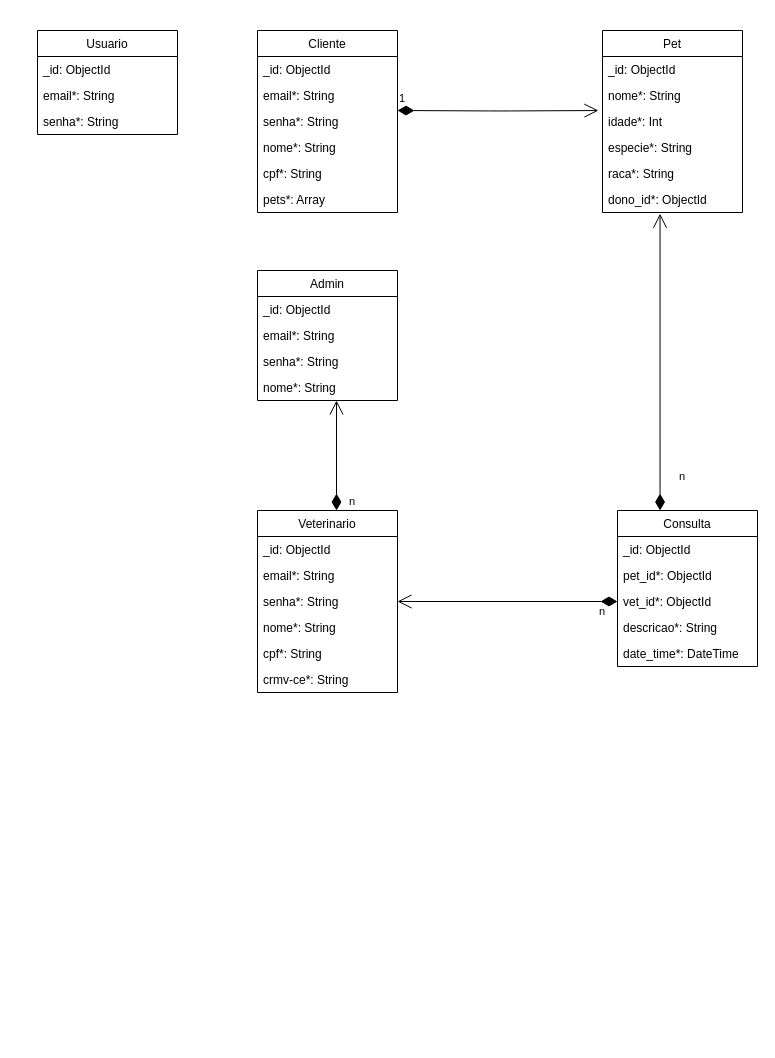
FatecFranca/DSM-G03-PI3-2023-1 keeps this draw.io diagram as noam.drawio. Above is the earlier version. Source tidied: cells renumbered, new cells numbered last; positions are measured from the earlier drawing's top-left corner, leaving out a move shared by most shapes. Both pictures are drawn from the tidied source at 100%, with x=0, y=0 at pixel (37, 30).
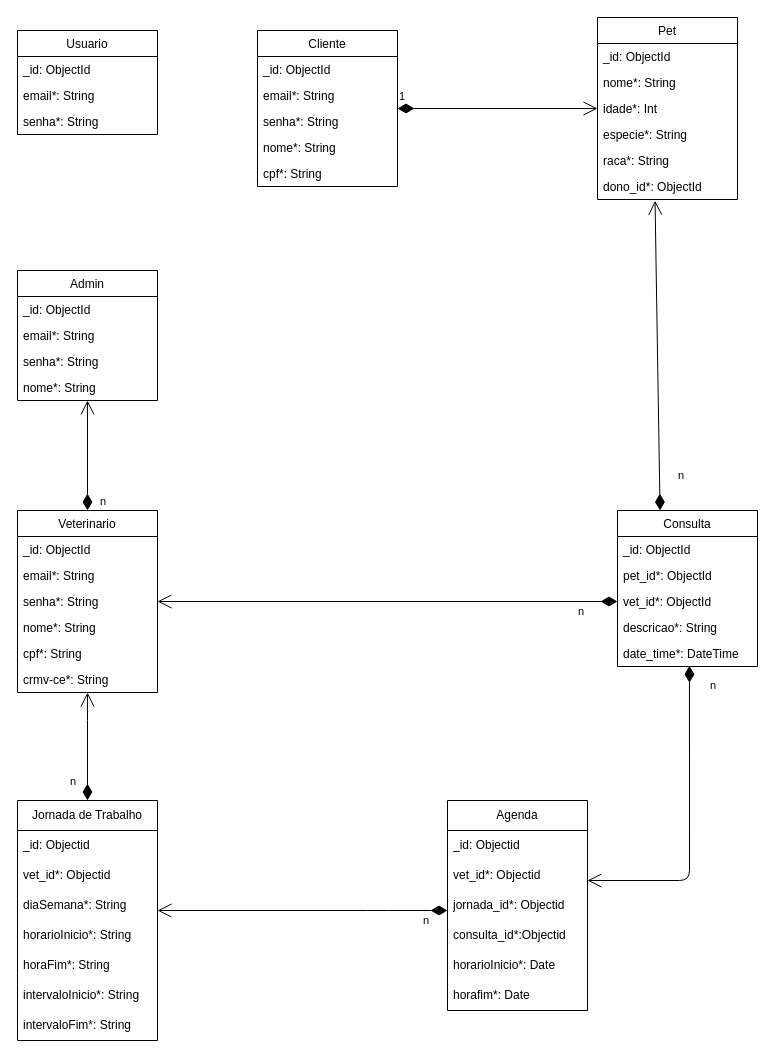
After the change.

Unchanged cells that the change refers to:
```xml
<mxCell id="12" value="idade*: Int" style="text;strokeColor=none;fillColor=none;align=left;verticalAlign=top;spacingLeft=4;spacingRight=4;overflow=hidden;points=[[0,0.5],[1,0.5]];portConstraint=eastwest;" parent="9" vertex="1">
  <mxGeometry y="78" width="140" height="26" as="geometry" />
</mxCell>
<mxCell id="22" value="date_time*: DateTime" style="text;strokeColor=none;fillColor=none;align=left;verticalAlign=top;spacingLeft=4;spacingRight=4;overflow=hidden;points=[[0,0.5],[1,0.5]];portConstraint=eastwest;" parent="17" vertex="1">
  <mxGeometry y="130" width="140" height="26" as="geometry" />
</mxCell>
```

Change to the diagram source:
```diff
@@
     <mxCell id="2" value="Cliente" style="swimlane;fontStyle=0;horizontal=1;startSize=26;fillColor=none;" parent="1" vertex="1">
-      <mxGeometry x="220" width="140" height="182" as="geometry" />
+      <mxGeometry x="220" width="140" height="156" as="geometry" />
     </mxCell>
@@
-    <mxCell id="8" value="pets*: Array" style="text;strokeColor=none;fillColor=none;align=left;verticalAlign=top;spacingLeft=4;spacingRight=4;overflow=hidden;" parent="2" vertex="1">
-      <mxGeometry y="156" width="140" height="26" as="geometry" />
-    </mxCell>
     <mxCell id="9" value="Pet" style="swimlane;fontStyle=0;horizontal=1;startSize=26;fillColor=none;" parent="1" vertex="1">
-      <mxGeometry x="565" width="140" height="182" as="geometry" />
+      <mxGeometry x="560" y="-13" width="140" height="182" as="geometry" />
     </mxCell>
@@
-    <mxCell id="16" value="1" style="endArrow=open;html=1;endSize=12;startArrow=diamondThin;startSize=14;startFill=1;edgeStyle=orthogonalEdgeStyle;align=left;verticalAlign=bottom;entryX=-0.029;entryY=0.078;entryDx=0;entryDy=0;entryPerimeter=0;" parent="1" edge="1" target="12">
-      <mxGeometry x="-1" y="3" relative="1" as="geometry">
-        <mxPoint x="360" y="80" as="sourcePoint" />
-      </mxGeometry>
+    <mxCell id="16" value="1" style="endArrow=open;html=1;endSize=12;startArrow=diamondThin;startSize=14;startFill=1;edgeStyle=orthogonalEdgeStyle;align=left;verticalAlign=bottom;" parent="1" edge="1" source="2" target="9">
+      <mxGeometry x="-1" y="3" relative="1" as="geometry" />
     </mxCell>
@@
     <mxCell id="24" value="Admin" style="swimlane;fontStyle=0;horizontal=1;startSize=26;fillColor=none;" parent="1" vertex="1">
-      <mxGeometry x="220" y="240" width="140" height="130" as="geometry" />
+      <mxGeometry x="-20" y="240" width="140" height="130" as="geometry" />
     </mxCell>
@@
-    <mxCell id="29" value="n" style="endArrow=open;html=1;endSize=12;startArrow=diamondThin;startSize=14;startFill=1;align=left;verticalAlign=bottom;" parent="1" edge="1">
-      <mxGeometry x="-1" y="-11" relative="1" as="geometry">
-        <mxPoint x="299" y="480" as="sourcePoint" />
-        <mxPoint x="299" y="370" as="targetPoint" />
-      </mxGeometry>
+    <mxCell id="29" value="n" style="endArrow=open;html=1;endSize=12;startArrow=diamondThin;startSize=14;startFill=1;align=left;verticalAlign=bottom;exitX=0.5;exitY=0;exitDx=0;exitDy=0;" parent="1" edge="1" source="30" target="24">
+      <mxGeometry x="-1" y="-11" relative="1" as="geometry" />
     </mxCell>
     <mxCell id="30" value="Veterinario" style="swimlane;fontStyle=0;horizontal=1;startSize=26;fillColor=none;" parent="1" vertex="1">
-      <mxGeometry x="220" y="480" width="140" height="182" as="geometry" />
+      <mxGeometry x="-20" y="480" width="140" height="182" as="geometry" />
     </mxCell>
@@
     <mxCell id="38" value="Usuario" style="swimlane;fontStyle=0;horizontal=1;startSize=26;fillColor=none;" parent="1" vertex="1">
-      <mxGeometry width="140" height="104" as="geometry" />
+      <mxGeometry x="-20" width="140" height="104" as="geometry" />
     </mxCell>
@@
+    <mxCell id="42" value="Jornada de Trabalho" style="swimlane;fontStyle=0;horizontal=1;startSize=30;whiteSpace=wrap;html=1;" parent="1" vertex="1">
+      <mxGeometry x="-20" y="770" width="140" height="240" as="geometry" />
+    </mxCell>
+    <mxCell id="43" value="_id: Objectid" style="text;strokeColor=none;fillColor=none;align=left;verticalAlign=middle;spacingLeft=4;spacingRight=4;overflow=hidden;whiteSpace=wrap;html=1;" parent="42" vertex="1">
+      <mxGeometry y="30" width="140" height="30" as="geometry" />
+    </mxCell>
+    <mxCell id="44" value="vet_id*: Objectid" style="text;strokeColor=none;fillColor=none;align=left;verticalAlign=middle;spacingLeft=4;spacingRight=4;overflow=hidden;whiteSpace=wrap;html=1;" parent="42" vertex="1">
+      <mxGeometry y="60" width="140" height="30" as="geometry" />
+    </mxCell>
+    <mxCell id="45" value="diaSemana*: String" style="text;strokeColor=none;fillColor=none;align=left;verticalAlign=middle;spacingLeft=4;spacingRight=4;overflow=hidden;whiteSpace=wrap;html=1;" parent="42" vertex="1">
+      <mxGeometry y="90" width="140" height="30" as="geometry" />
+    </mxCell>
+    <mxCell id="46" value="horarioInicio*: String" style="text;strokeColor=none;fillColor=none;align=left;verticalAlign=middle;spacingLeft=4;spacingRight=4;overflow=hidden;whiteSpace=wrap;html=1;" parent="42" vertex="1">
+      <mxGeometry y="120" width="140" height="30" as="geometry" />
+    </mxCell>
+    <mxCell id="47" value="horaFim*: String" style="text;strokeColor=none;fillColor=none;align=left;verticalAlign=middle;spacingLeft=4;spacingRight=4;overflow=hidden;whiteSpace=wrap;html=1;" parent="42" vertex="1">
+      <mxGeometry y="150" width="140" height="30" as="geometry" />
+    </mxCell>
+    <mxCell id="48" value="intervaloInicio*: String" style="text;strokeColor=none;fillColor=none;align=left;verticalAlign=middle;spacingLeft=4;spacingRight=4;overflow=hidden;whiteSpace=wrap;html=1;" parent="42" vertex="1">
+      <mxGeometry y="180" width="140" height="30" as="geometry" />
+    </mxCell>
+    <mxCell id="49" value="intervaloFim*: String" style="text;strokeColor=none;fillColor=none;align=left;verticalAlign=middle;spacingLeft=4;spacingRight=4;overflow=hidden;whiteSpace=wrap;html=1;" parent="42" vertex="1">
+      <mxGeometry y="210" width="140" height="30" as="geometry" />
+    </mxCell>
+    <mxCell id="50" value="n" style="endArrow=open;html=1;endSize=12;startArrow=diamondThin;startSize=14;startFill=1;edgeStyle=orthogonalEdgeStyle;align=left;verticalAlign=bottom;exitX=0.5;exitY=0;exitDx=0;exitDy=0;" parent="1" edge="1" source="42" target="30">
+      <mxGeometry x="-0.82" y="19" relative="1" as="geometry">
+        <Array as="points">
+          <mxPoint x="50" y="680" />
+          <mxPoint x="50" y="680" />
+        </Array>
+      </mxGeometry>
+    </mxCell>
+    <mxCell id="51" value="Agenda" style="swimlane;fontStyle=0;horizontal=1;startSize=30;whiteSpace=wrap;html=1;" parent="1" vertex="1">
+      <mxGeometry x="410" y="770" width="140" height="210" as="geometry" />
+    </mxCell>
+    <mxCell id="52" value="_id: Objectid" style="text;strokeColor=none;fillColor=none;align=left;verticalAlign=middle;spacingLeft=4;spacingRight=4;overflow=hidden;whiteSpace=wrap;html=1;" parent="51" vertex="1">
+      <mxGeometry y="30" width="140" height="30" as="geometry" />
+    </mxCell>
+    <mxCell id="53" value="vet_id*: Objectid" style="text;strokeColor=none;fillColor=none;align=left;verticalAlign=middle;spacingLeft=4;spacingRight=4;overflow=hidden;whiteSpace=wrap;html=1;" parent="51" vertex="1">
+      <mxGeometry y="60" width="140" height="30" as="geometry" />
+    </mxCell>
+    <mxCell id="54" value="jornada_id*: Objectid" style="text;strokeColor=none;fillColor=none;align=left;verticalAlign=middle;spacingLeft=4;spacingRight=4;overflow=hidden;whiteSpace=wrap;html=1;" parent="51" vertex="1">
+      <mxGeometry y="90" width="140" height="30" as="geometry" />
+    </mxCell>
+    <mxCell id="55" value="consulta_id*:Objectid" style="text;strokeColor=none;fillColor=none;align=left;verticalAlign=middle;spacingLeft=4;spacingRight=4;overflow=hidden;whiteSpace=wrap;html=1;" parent="51" vertex="1">
+      <mxGeometry y="120" width="140" height="30" as="geometry" />
+    </mxCell>
+    <mxCell id="56" value="horarioInicio*: Date" style="text;strokeColor=none;fillColor=none;align=left;verticalAlign=middle;spacingLeft=4;spacingRight=4;overflow=hidden;whiteSpace=wrap;html=1;" parent="51" vertex="1">
+      <mxGeometry y="150" width="140" height="30" as="geometry" />
+    </mxCell>
+    <mxCell id="57" value="horafim*: Date&lt;span style=&quot;white-space: pre;&quot;&gt;&#9;&lt;/span&gt;" style="text;strokeColor=none;fillColor=none;align=left;verticalAlign=middle;spacingLeft=4;spacingRight=4;overflow=hidden;whiteSpace=wrap;html=1;" parent="51" vertex="1">
+      <mxGeometry y="180" width="140" height="30" as="geometry" />
+    </mxCell>
+    <mxCell id="58" value="n" style="endArrow=open;html=1;endSize=12;startArrow=diamondThin;startSize=14;startFill=1;edgeStyle=orthogonalEdgeStyle;align=left;verticalAlign=bottom;" parent="1" edge="1" source="51" target="42">
+      <mxGeometry x="-0.82" y="19" relative="1" as="geometry">
+        <Array as="points">
+          <mxPoint x="340" y="880" />
+          <mxPoint x="340" y="880" />
+        </Array>
+      </mxGeometry>
+    </mxCell>
+    <mxCell id="59" value="n" style="endArrow=open;html=1;endSize=12;startArrow=diamondThin;startSize=14;startFill=1;edgeStyle=orthogonalEdgeStyle;align=left;verticalAlign=bottom;exitX=0.514;exitY=0.974;exitDx=0;exitDy=0;exitPerimeter=0;" parent="1" edge="1" source="22" target="51">
+      <mxGeometry x="-0.82" y="19" relative="1" as="geometry">
+        <Array as="points">
+          <mxPoint x="652" y="850" />
+        </Array>
+      </mxGeometry>
+    </mxCell>
```
